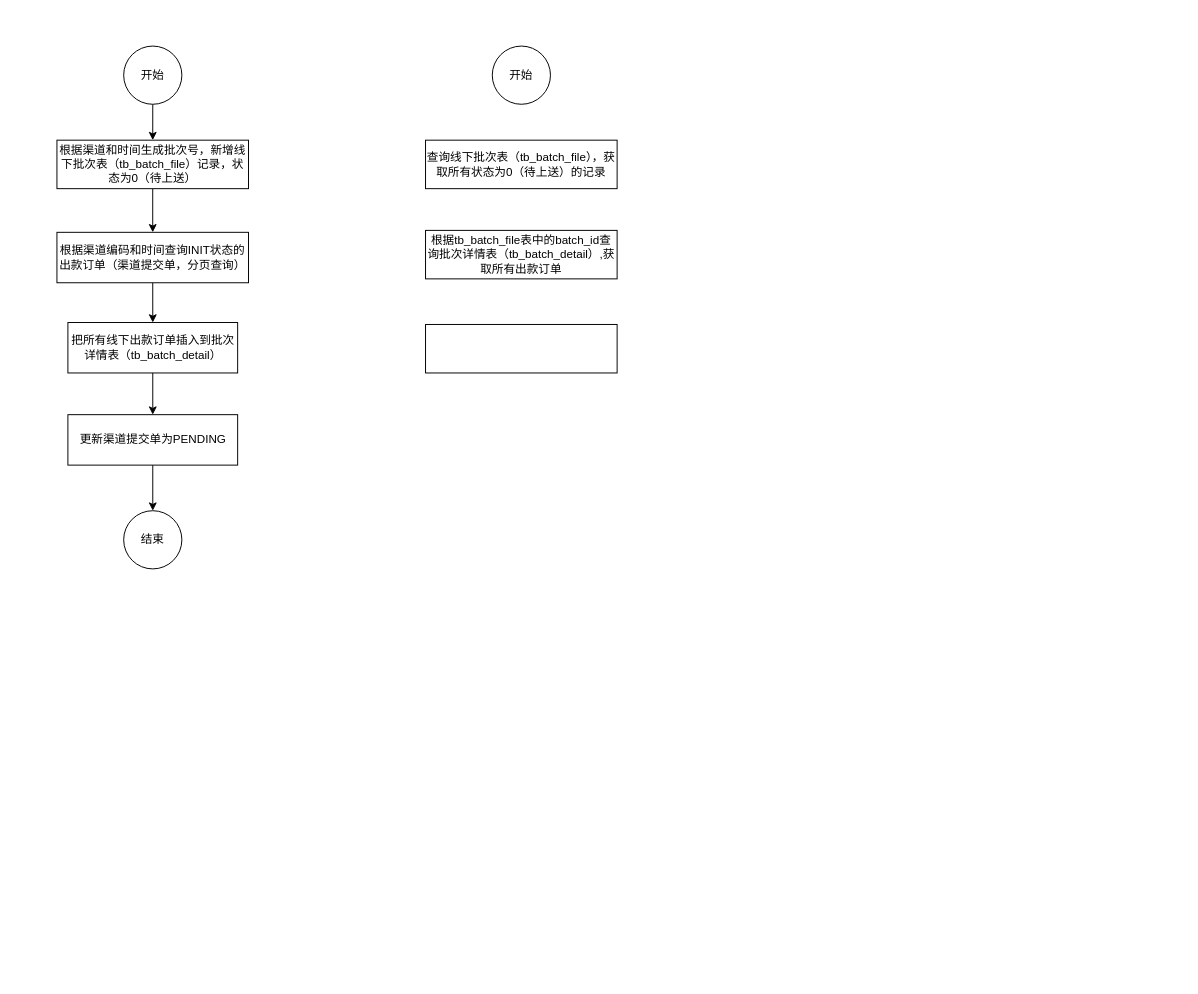
CatFei666/drawio_gallery keeps this draw.io diagram as page "线下出款流程" (7 of 10) of 渠道时序图v2.drawio. Above is the earlier version. Source tidied: cells renumbered, new cells numbered last; positions are measured from the earlier drawing's top-left corner, leaving out a move shared by most shapes. Both pictures are drawn from the tidied source at 97%, with x=0, y=0 at pixel (56, 46).
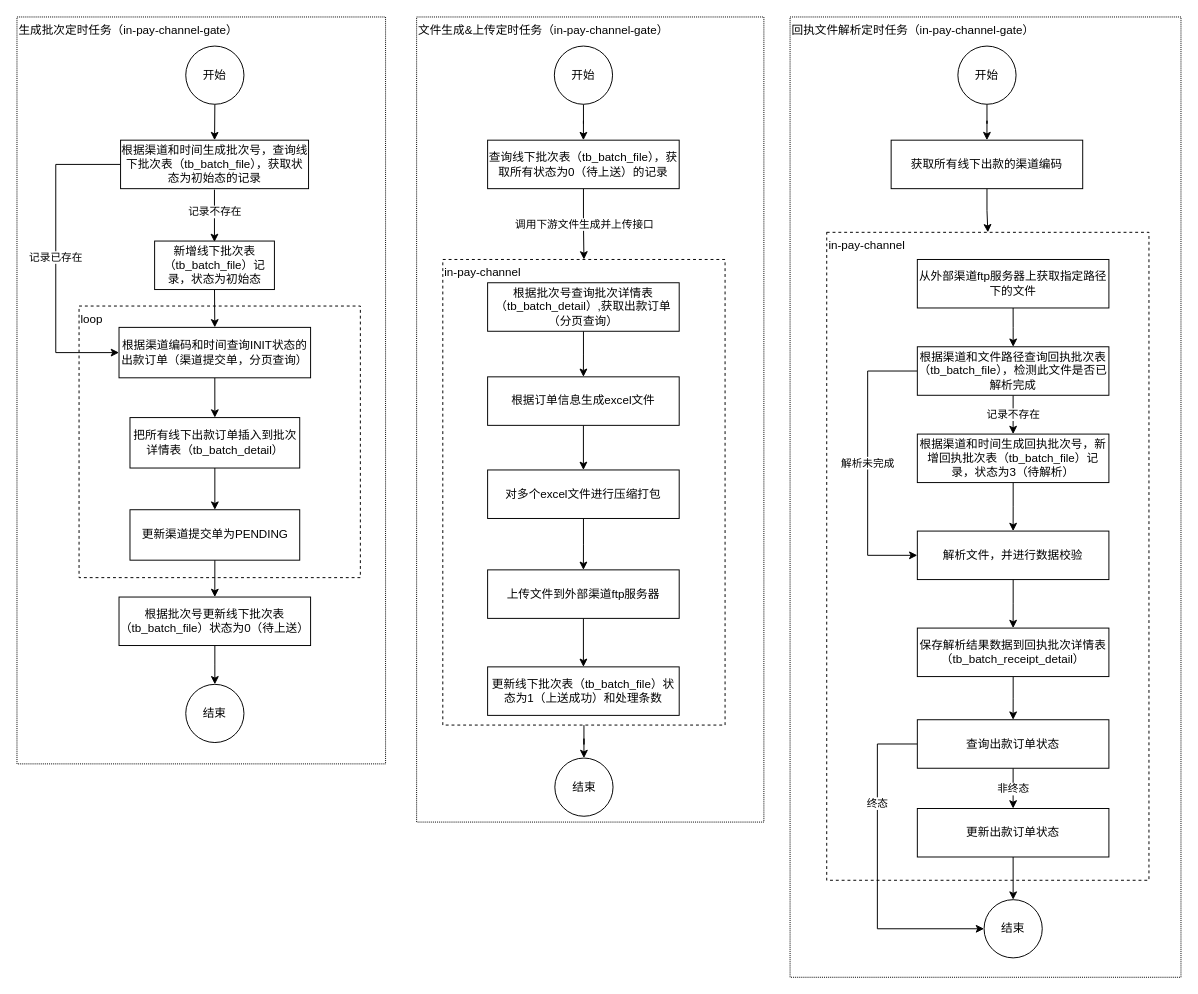
The same page after the edit.

The edit, as a diff of the source:
```diff
@@
+    <mxCell id="17" value="回执文件解析定时任务（in-pay-channel-gate）" style="rounded=0;whiteSpace=wrap;html=1;align=left;verticalAlign=top;dashed=1;dashPattern=1 1;" parent="1" vertex="1">
+      <mxGeometry x="756" y="-30" width="403" height="990" as="geometry" />
+    </mxCell>
+    <mxCell id="18" value="in-pay-channel" style="rounded=0;whiteSpace=wrap;html=1;dashed=1;align=left;verticalAlign=top;" parent="1" vertex="1">
+      <mxGeometry x="793.8" y="192" width="332.2" height="668" as="geometry" />
+    </mxCell>
+    <mxCell id="19" value="文件生成&amp;amp;上传定时任务（in-pay-channel-gate）" style="rounded=0;whiteSpace=wrap;html=1;align=left;verticalAlign=top;dashed=1;dashPattern=1 1;" parent="1" vertex="1">
+      <mxGeometry x="371" y="-30" width="358" height="830" as="geometry" />
+    </mxCell>
+    <mxCell id="20" value="生成批次定时任务（in-pay-channel-gate）" style="rounded=0;whiteSpace=wrap;html=1;align=left;verticalAlign=top;dashed=1;dashPattern=1 1;" parent="1" vertex="1">
+      <mxGeometry x="-41" y="-30" width="380" height="770" as="geometry" />
+    </mxCell>
+    <mxCell id="21" style="edgeStyle=orthogonalEdgeStyle;rounded=0;jettySize=auto;html=1;entryX=0.5;entryY=0;entryDx=0;entryDy=0;" parent="1" edge="1" source="22" target="38">
+      <mxGeometry relative="1" as="geometry" />
+    </mxCell>
+    <mxCell id="22" value="in-pay-channel" style="rounded=0;whiteSpace=wrap;html=1;dashed=1;align=left;verticalAlign=top;" parent="1" vertex="1">
+      <mxGeometry x="398" y="220" width="291" height="480" as="geometry" />
+    </mxCell>
+    <mxCell id="23" value="loop" style="rounded=0;whiteSpace=wrap;html=1;dashed=1;align=left;verticalAlign=top;" parent="1" vertex="1">
+      <mxGeometry x="23" y="268" width="290" height="280" as="geometry" />
+    </mxCell>
@@
     <mxCell id="3" value="开始" style="ellipse;whiteSpace=wrap;html=1;" parent="1" vertex="1">
-      <mxGeometry x="69" width="60" height="60" as="geometry" />
+      <mxGeometry x="133" width="60" height="60" as="geometry" />
     </mxCell>
@@
     <mxCell id="5" value="根据渠道编码和时间查询INIT状态的出款订单（渠道提交单，分页查询）" style="rounded=0;whiteSpace=wrap;html=1;fontColor=#000000;strokeColor=#000000;align=center;verticalAlign=middle;" parent="1" vertex="1">
-      <mxGeometry x="0.2" y="192" width="197.5" height="52" as="geometry" />
+      <mxGeometry x="64.2" y="290" width="197.5" height="52" as="geometry" />
     </mxCell>
@@
     <mxCell id="7" value="把所有线下出款订单插入到批次详情表（tb_batch_detail）" style="rounded=0;whiteSpace=wrap;html=1;fontColor=#000000;strokeColor=#000000;align=center;verticalAlign=middle;" parent="1" vertex="1">
-      <mxGeometry x="11.5" y="285" width="175" height="52" as="geometry" />
+      <mxGeometry x="75.5" y="383" width="175" height="52" as="geometry" />
     </mxCell>
-    <mxCell id="8" style="edgeStyle=none;rounded=0;jettySize=auto;html=1;entryX=0.5;entryY=0;entryDx=0;entryDy=0;fontColor=#000000;verticalAlign=bottom;" parent="1" edge="1" source="9" target="5">
-      <mxGeometry relative="1" as="geometry" />
+    <mxCell id="8" value="记录不存在" style="edgeStyle=none;rounded=0;orthogonalLoop=1;jettySize=auto;html=1;entryX=0.5;entryY=0;entryDx=0;entryDy=0;fontColor=#000000;verticalAlign=bottom;" parent="1" edge="1">
+      <mxGeometry x="0.19" relative="1" as="geometry">
+        <mxPoint x="162.6" y="148" as="sourcePoint" />
+        <mxPoint x="162.6" y="202" as="targetPoint" />
+      </mxGeometry>
     </mxCell>
+    <mxCell id="24" value="记录已存在" style="edgeStyle=orthogonalEdgeStyle;rounded=0;jettySize=auto;html=1;entryX=0;entryY=0.5;entryDx=0;entryDy=0;" parent="1" edge="1" source="9" target="5">
+      <mxGeometry relative="1" as="geometry">
+        <Array as="points">
+          <mxPoint x="-1" y="122" />
+          <mxPoint x="-1" y="316" />
+        </Array>
+      </mxGeometry>
+    </mxCell>
-    <mxCell id="9" value="根据渠道和时间生成批次号，新增线下批次表（tb_batch_file）记录，状态为0（待上送）" style="rounded=0;whiteSpace=wrap;html=1;fontColor=#000000;strokeColor=#000000;align=center;verticalAlign=middle;" parent="1" vertex="1">
-      <mxGeometry x="0.2" y="97" width="197.5" height="50" as="geometry" />
+    <mxCell id="9" value="根据渠道和时间生成批次号，查询线下批次表（tb_batch_file），获取状态为初始态的记录" style="rounded=0;whiteSpace=wrap;html=1;fontColor=#000000;strokeColor=#000000;align=center;verticalAlign=middle;" parent="1" vertex="1">
+      <mxGeometry x="65.8" y="97" width="193.8" height="50" as="geometry" />
     </mxCell>
-    <mxCell id="10" style="edgeStyle=none;rounded=0;jettySize=auto;html=1;entryX=0.5;entryY=0;entryDx=0;entryDy=0;fontColor=#000000;verticalAlign=bottom;" parent="1" edge="1" source="11" target="12">
+    <mxCell id="10" style="edgeStyle=none;rounded=0;jettySize=auto;html=1;fontColor=#000000;verticalAlign=bottom;" parent="1" edge="1" source="11" target="30">
       <mxGeometry relative="1" as="geometry" />
     </mxCell>
     <mxCell id="11" value="更新渠道提交单为PENDING" style="rounded=0;whiteSpace=wrap;html=1;fontColor=#000000;strokeColor=#000000;align=center;verticalAlign=middle;" parent="1" vertex="1">
-      <mxGeometry x="11.5" y="380" width="175" height="52" as="geometry" />
+      <mxGeometry x="75.5" y="478" width="175" height="52" as="geometry" />
     </mxCell>
     <mxCell id="12" value="结束" style="ellipse;whiteSpace=wrap;html=1;" parent="1" vertex="1">
-      <mxGeometry x="69" y="479" width="60" height="60" as="geometry" />
+      <mxGeometry x="133" y="658" width="60" height="60" as="geometry" />
     </mxCell>
+    <mxCell id="25" style="edgeStyle=orthogonalEdgeStyle;rounded=0;jettySize=auto;html=1;entryX=0.5;entryY=0;entryDx=0;entryDy=0;" parent="1" edge="1" source="13" target="14">
+      <mxGeometry relative="1" as="geometry" />
+    </mxCell>
     <mxCell id="13" value="开始" style="ellipse;whiteSpace=wrap;html=1;" parent="1" vertex="1">
-      <mxGeometry x="449" width="60" height="60" as="geometry" />
+      <mxGeometry x="513" width="60" height="60" as="geometry" />
     </mxCell>
+    <mxCell id="26" value="调用下游文件生成并上传接口" style="edgeStyle=orthogonalEdgeStyle;rounded=0;jettySize=auto;html=1;entryX=0.5;entryY=0;entryDx=0;entryDy=0;" parent="1" edge="1" source="14" target="22">
+      <mxGeometry relative="1" as="geometry" />
+    </mxCell>
     <mxCell id="14" value="查询线下批次表（tb_batch_file），获取所有状态为0（待上送）的记录" style="rounded=0;whiteSpace=wrap;html=1;fontColor=#000000;strokeColor=#000000;align=center;verticalAlign=middle;" parent="1" vertex="1">
-      <mxGeometry x="380.2" y="97" width="197.5" height="50" as="geometry" />
+      <mxGeometry x="444.2" y="97" width="197.5" height="50" as="geometry" />
     </mxCell>
+    <mxCell id="27" style="edgeStyle=orthogonalEdgeStyle;rounded=0;jettySize=auto;html=1;entryX=0.5;entryY=0;entryDx=0;entryDy=0;" parent="1" edge="1" source="15" target="16">
+      <mxGeometry relative="1" as="geometry" />
+    </mxCell>
-    <mxCell id="15" value="根据tb_batch_file表中的batch_id查询批次详情表（tb_batch_detail）,获取所有出款订单" style="rounded=0;whiteSpace=wrap;html=1;fontColor=#000000;strokeColor=#000000;align=center;verticalAlign=middle;" parent="1" vertex="1">
-      <mxGeometry x="380.2" y="190" width="197.5" height="50" as="geometry" />
+    <mxCell id="15" value="根据批次号查询批次详情表（tb_batch_detail）,获取出款订单（分页查询）" style="rounded=0;whiteSpace=wrap;html=1;fontColor=#000000;strokeColor=#000000;align=center;verticalAlign=middle;" parent="1" vertex="1">
+      <mxGeometry x="444.2" y="244" width="197.5" height="50" as="geometry" />
     </mxCell>
+    <mxCell id="28" style="edgeStyle=orthogonalEdgeStyle;rounded=0;jettySize=auto;html=1;" parent="1" edge="1" source="16" target="34">
+      <mxGeometry relative="1" as="geometry" />
+    </mxCell>
-    <mxCell id="16" style="rounded=0;whiteSpace=wrap;html=1;fontColor=#000000;strokeColor=#000000;align=center;verticalAlign=middle;" parent="1" vertex="1">
-      <mxGeometry x="380.2" y="287" width="197.5" height="50" as="geometry" />
+    <mxCell id="16" value="根据订单信息生成excel文件" style="rounded=0;whiteSpace=wrap;html=1;fontColor=#000000;strokeColor=#000000;align=center;verticalAlign=middle;" parent="1" vertex="1">
+      <mxGeometry x="444.2" y="341" width="197.5" height="50" as="geometry" />
     </mxCell>
+    <mxCell id="29" style="edgeStyle=orthogonalEdgeStyle;rounded=0;jettySize=auto;html=1;entryX=0.5;entryY=0;entryDx=0;entryDy=0;" parent="1" edge="1" source="30" target="12">
+      <mxGeometry relative="1" as="geometry" />
+    </mxCell>
+    <mxCell id="30" value="根据批次号更新线下批次表（tb_batch_file）状态为0（待上送）" style="rounded=0;whiteSpace=wrap;html=1;fontColor=#000000;strokeColor=#000000;align=center;verticalAlign=middle;" parent="1" vertex="1">
+      <mxGeometry x="64.2" y="568" width="197.5" height="50" as="geometry" />
+    </mxCell>
+    <mxCell id="31" style="edgeStyle=orthogonalEdgeStyle;rounded=0;jettySize=auto;html=1;exitX=0.5;exitY=1;exitDx=0;exitDy=0;entryX=0.5;entryY=0;entryDx=0;entryDy=0;" parent="1" edge="1" source="32" target="5">
+      <mxGeometry relative="1" as="geometry" />
+    </mxCell>
+    <mxCell id="32" value="新增线下批次表（tb_batch_file）记录，状态为初始态" style="rounded=0;whiteSpace=wrap;html=1;fontColor=#000000;strokeColor=#000000;align=center;verticalAlign=middle;" parent="1" vertex="1">
+      <mxGeometry x="100.9" y="201" width="123.5" height="50" as="geometry" />
+    </mxCell>
+    <mxCell id="33" style="edgeStyle=orthogonalEdgeStyle;rounded=0;jettySize=auto;html=1;entryX=0.5;entryY=0;entryDx=0;entryDy=0;" parent="1" edge="1" source="34" target="36">
+      <mxGeometry relative="1" as="geometry" />
+    </mxCell>
+    <mxCell id="34" value="对多个excel文件进行压缩打包" style="rounded=0;whiteSpace=wrap;html=1;fontColor=#000000;strokeColor=#000000;align=center;verticalAlign=middle;" parent="1" vertex="1">
+      <mxGeometry x="444.2" y="437" width="197.5" height="50" as="geometry" />
+    </mxCell>
+    <mxCell id="35" style="edgeStyle=orthogonalEdgeStyle;rounded=0;jettySize=auto;html=1;" parent="1" edge="1" source="36" target="37">
+      <mxGeometry relative="1" as="geometry" />
+    </mxCell>
+    <mxCell id="36" value="上传文件到外部渠道ftp服务器" style="rounded=0;whiteSpace=wrap;html=1;fontColor=#000000;strokeColor=#000000;align=center;verticalAlign=middle;" parent="1" vertex="1">
+      <mxGeometry x="444.2" y="540" width="197.5" height="50" as="geometry" />
+    </mxCell>
+    <mxCell id="37" value="更新线下批次表（tb_batch_file）状态为1（上送成功）和处理条数" style="rounded=0;whiteSpace=wrap;html=1;fontColor=#000000;strokeColor=#000000;align=center;verticalAlign=middle;" parent="1" vertex="1">
+      <mxGeometry x="444.2" y="640" width="197.5" height="50" as="geometry" />
+    </mxCell>
+    <mxCell id="38" value="结束" style="ellipse;whiteSpace=wrap;html=1;" parent="1" vertex="1">
+      <mxGeometry x="513.5" y="734" width="60" height="60" as="geometry" />
+    </mxCell>
+    <mxCell id="39" style="edgeStyle=orthogonalEdgeStyle;rounded=0;jettySize=auto;html=1;entryX=0.5;entryY=0;entryDx=0;entryDy=0;" parent="1" edge="1" source="40" target="42">
+      <mxGeometry relative="1" as="geometry" />
+    </mxCell>
+    <mxCell id="40" value="开始" style="ellipse;whiteSpace=wrap;html=1;" parent="1" vertex="1">
+      <mxGeometry x="929" width="60" height="60" as="geometry" />
+    </mxCell>
+    <mxCell id="41" style="edgeStyle=orthogonalEdgeStyle;rounded=0;jettySize=auto;html=1;" parent="1" edge="1" source="42" target="18">
+      <mxGeometry relative="1" as="geometry" />
+    </mxCell>
+    <mxCell id="42" value="获取所有线下出款的渠道编码" style="rounded=0;whiteSpace=wrap;html=1;fontColor=#000000;strokeColor=#000000;align=center;verticalAlign=middle;" parent="1" vertex="1">
+      <mxGeometry x="860.2" y="97" width="197.5" height="50" as="geometry" />
+    </mxCell>
+    <mxCell id="43" style="edgeStyle=orthogonalEdgeStyle;rounded=0;jettySize=auto;html=1;exitX=0.5;exitY=1;exitDx=0;exitDy=0;" parent="1" edge="1" source="44" target="56">
+      <mxGeometry relative="1" as="geometry" />
+    </mxCell>
+    <mxCell id="44" value="从外部渠道ftp服务器上获取指定路径下的文件" style="rounded=0;whiteSpace=wrap;html=1;fontColor=#000000;strokeColor=#000000;align=center;verticalAlign=middle;" parent="1" vertex="1">
+      <mxGeometry x="887.2" y="220" width="197.5" height="50" as="geometry" />
+    </mxCell>
+    <mxCell id="45" style="edgeStyle=orthogonalEdgeStyle;rounded=0;jettySize=auto;html=1;entryX=0.5;entryY=0;entryDx=0;entryDy=0;" parent="1" edge="1" source="46" target="58">
+      <mxGeometry relative="1" as="geometry" />
+    </mxCell>
+    <mxCell id="46" value="解析文件，并进行数据校验" style="rounded=0;whiteSpace=wrap;html=1;fontColor=#000000;strokeColor=#000000;align=center;verticalAlign=middle;" parent="1" vertex="1">
+      <mxGeometry x="887.2" y="500" width="197.5" height="50" as="geometry" />
+    </mxCell>
+    <mxCell id="47" value="非终态" style="edgeStyle=orthogonalEdgeStyle;rounded=0;jettySize=auto;html=1;" parent="1" edge="1" source="49" target="51">
+      <mxGeometry relative="1" as="geometry" />
+    </mxCell>
+    <mxCell id="48" value="终态" style="edgeStyle=orthogonalEdgeStyle;rounded=0;jettySize=auto;html=1;entryX=0;entryY=0.5;entryDx=0;entryDy=0;" parent="1" edge="1" source="49" target="59">
+      <mxGeometry x="-0.4" relative="1" as="geometry">
+        <Array as="points">
+          <mxPoint x="846" y="720" />
+          <mxPoint x="846" y="910" />
+        </Array>
+      </mxGeometry>
+    </mxCell>
+    <mxCell id="49" value="查询出款订单状态" style="rounded=0;whiteSpace=wrap;html=1;fontColor=#000000;strokeColor=#000000;align=center;verticalAlign=middle;" parent="1" vertex="1">
+      <mxGeometry x="887.2" y="694.5" width="197.5" height="50" as="geometry" />
+    </mxCell>
+    <mxCell id="50" style="edgeStyle=orthogonalEdgeStyle;rounded=0;jettySize=auto;html=1;exitX=0.5;exitY=1;exitDx=0;exitDy=0;" parent="1" edge="1" source="51" target="59">
+      <mxGeometry relative="1" as="geometry" />
+    </mxCell>
+    <mxCell id="51" value="更新出款订单状态" style="rounded=0;whiteSpace=wrap;html=1;fontColor=#000000;strokeColor=#000000;align=center;verticalAlign=middle;" parent="1" vertex="1">
+      <mxGeometry x="887.2" y="786" width="197.5" height="50" as="geometry" />
+    </mxCell>
+    <mxCell id="52" style="edgeStyle=orthogonalEdgeStyle;rounded=0;jettySize=auto;html=1;entryX=0.5;entryY=0;entryDx=0;entryDy=0;" parent="1" edge="1" source="53" target="46">
+      <mxGeometry relative="1" as="geometry" />
+    </mxCell>
+    <mxCell id="53" value="根据渠道和时间生成回执批次号，新增回执批次表（tb_batch_file）记录，状态为3（待解析）" style="rounded=0;whiteSpace=wrap;html=1;fontColor=#000000;strokeColor=#000000;align=center;verticalAlign=middle;" parent="1" vertex="1">
+      <mxGeometry x="887.2" y="400" width="197.5" height="50" as="geometry" />
+    </mxCell>
+    <mxCell id="54" value="记录不存在" style="edgeStyle=orthogonalEdgeStyle;rounded=0;jettySize=auto;html=1;" parent="1" edge="1" source="56" target="53">
+      <mxGeometry relative="1" as="geometry" />
+    </mxCell>
+    <mxCell id="55" value="解析未完成" style="edgeStyle=orthogonalEdgeStyle;rounded=0;jettySize=auto;html=1;entryX=0;entryY=0.5;entryDx=0;entryDy=0;" parent="1" edge="1" source="56" target="46">
+      <mxGeometry relative="1" as="geometry">
+        <Array as="points">
+          <mxPoint x="836" y="335" />
+          <mxPoint x="836" y="525" />
+        </Array>
+      </mxGeometry>
+    </mxCell>
+    <mxCell id="56" value="根据渠道和文件路径查询回执批次表（tb_batch_file），检测此文件是否已解析完成" style="rounded=0;whiteSpace=wrap;html=1;fontColor=#000000;strokeColor=#000000;align=center;verticalAlign=middle;" parent="1" vertex="1">
+      <mxGeometry x="887.2" y="310" width="197.5" height="50" as="geometry" />
+    </mxCell>
+    <mxCell id="57" style="edgeStyle=orthogonalEdgeStyle;rounded=0;jettySize=auto;html=1;entryX=0.5;entryY=0;entryDx=0;entryDy=0;" parent="1" edge="1" source="58" target="49">
+      <mxGeometry relative="1" as="geometry" />
+    </mxCell>
+    <mxCell id="58" value="保存解析结果数据到回执批次详情表（tb_batch_receipt_detail）" style="rounded=0;whiteSpace=wrap;html=1;fontColor=#000000;strokeColor=#000000;align=center;verticalAlign=middle;" parent="1" vertex="1">
+      <mxGeometry x="887.2" y="600" width="197.5" height="50" as="geometry" />
+    </mxCell>
+    <mxCell id="59" value="结束" style="ellipse;whiteSpace=wrap;html=1;" parent="1" vertex="1">
+      <mxGeometry x="956" y="880" width="60" height="60" as="geometry" />
+    </mxCell>
```
